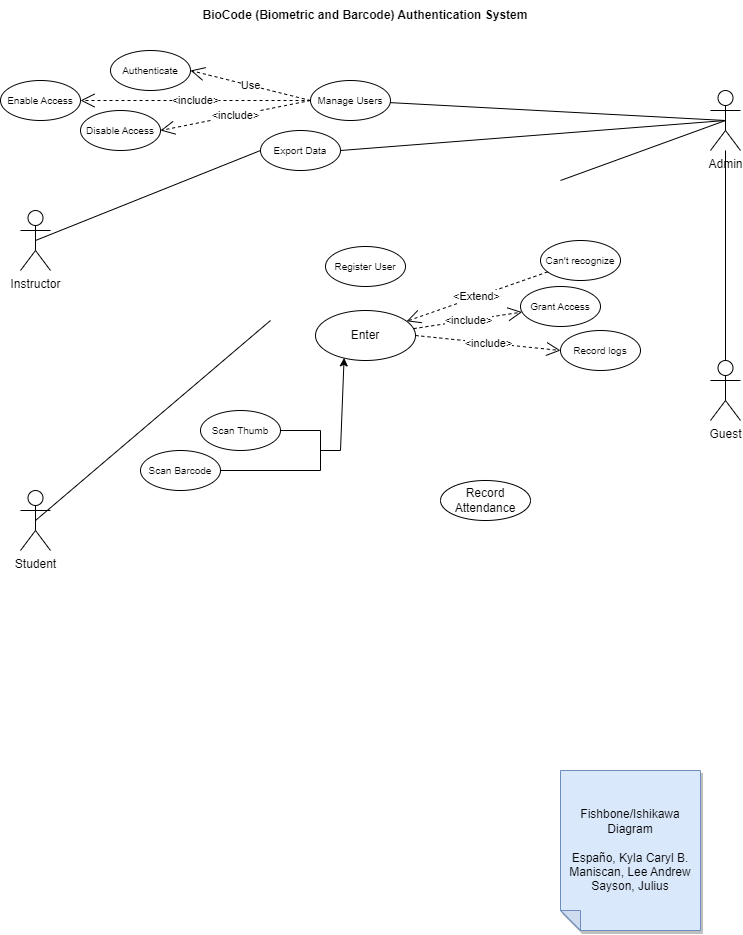
Earlier version of the draw.io export UseCaseDiagram.drawio.png (kaisunoo/Acads). Source tidied: cells renumbered, new cells last; positions are measured from the earlier drawing's top-left corner, leaving out a move shared by most shapes.
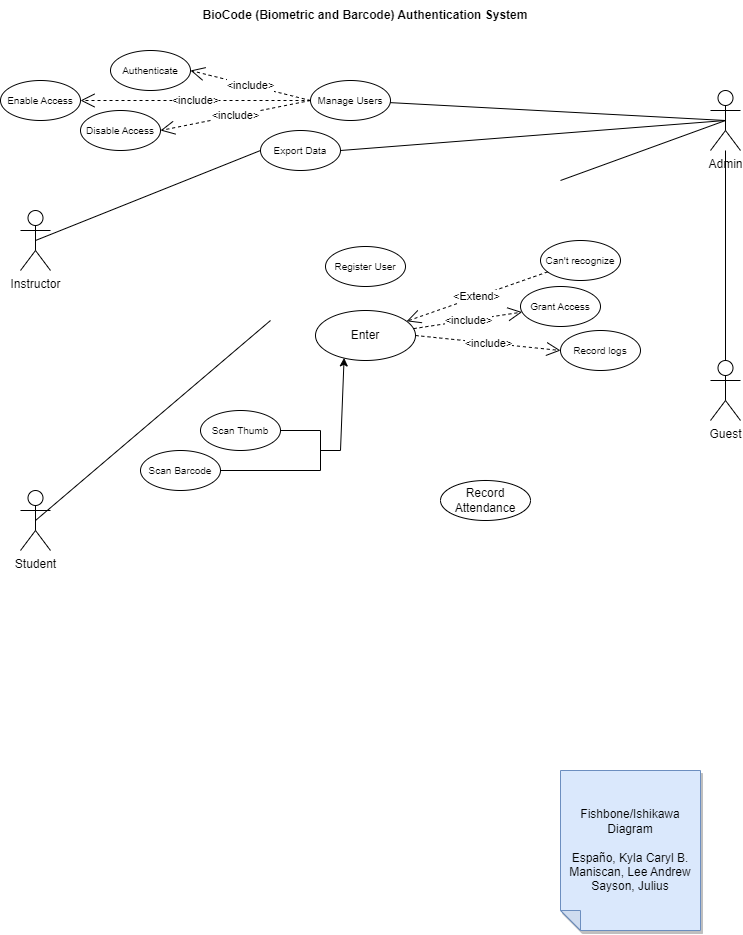
Above is the later version.

Change to the diagram source:
```diff
@@ -117,7 +117,7 @@
     <mxCell id="34" value="&lt;font style=&quot;font-size: 10px;&quot;&gt;Authenticate&lt;/font&gt;" style="ellipse;whiteSpace=wrap;html=1;" parent="1" vertex="1">
       <mxGeometry x="110" y="50" width="80" height="40" as="geometry" />
     </mxCell>
-    <mxCell id="35" value="Use" style="endArrow=open;endSize=12;dashed=1;html=1;rounded=0;exitX=0;exitY=0.5;exitDx=0;exitDy=0;entryX=1;entryY=0.5;entryDx=0;entryDy=0;" parent="1" edge="1" source="21" target="34">
+    <mxCell id="35" value="&amp;lt;include&amp;gt;" style="endArrow=open;endSize=12;dashed=1;html=1;rounded=0;exitX=0;exitY=0.5;exitDx=0;exitDy=0;entryX=1;entryY=0.5;entryDx=0;entryDy=0;" parent="1" edge="1" source="21" target="34">
       <mxGeometry relative="1" as="geometry" />
     </mxCell>
     <mxCell id="36" value="&lt;font style=&quot;font-size: 10px;&quot;&gt;Export Data&lt;/font&gt;" style="ellipse;whiteSpace=wrap;html=1;" parent="1" vertex="1">
```
